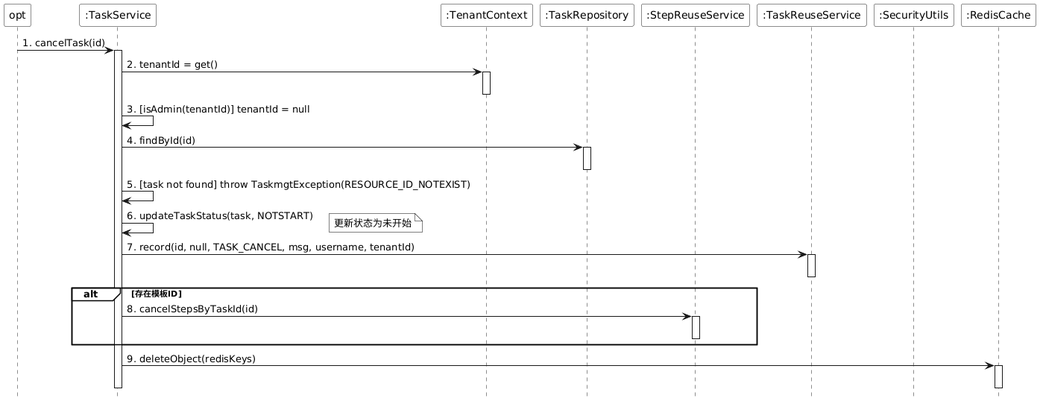
The PlantUML diagram doc/taskmgt/png/sequence/cancelTaskSequence.png in laborday922/RobotBackendManagementSystem, before a commit.
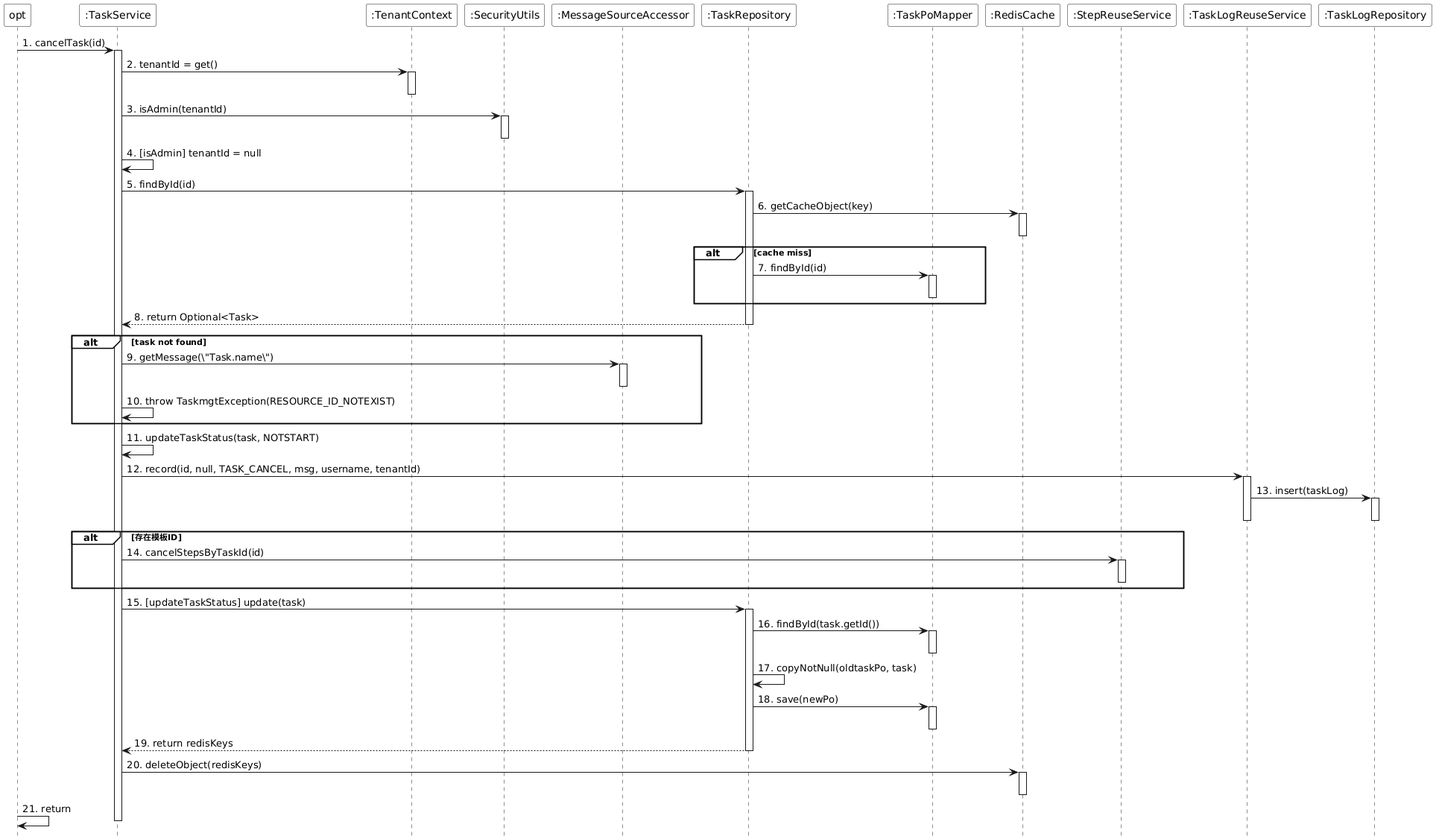
After the change.

Change to the diagram source:
```diff
@@ -11,11 +11,14 @@
 participant "opt" as opt
 participant ":TaskService" as TaskService
 participant ":TenantContext" as TenantContext
+participant ":SecurityUtils" as SecurityUtils
+participant ":MessageSourceAccessor" as MessageSource
 participant ":TaskRepository" as TaskRepository
+participant ":TaskPoMapper" as TaskPoMapper
+participant ":RedisCache" as RedisCache
 participant ":StepReuseService" as StepReuseService
-participant ":TaskReuseService" as TaskReuseService
-participant ":SecurityUtils" as SecurityUtils
-participant ":RedisCache" as RedisCache
+participant ":TaskLogReuseService" as TaskLogReuseService
+participant ":TaskLogRepository" as TaskLogRepository
 
 opt -> TaskService : 1. cancelTask(id)
 activate TaskService
@@ -23,30 +26,62 @@
 TaskService -> TenantContext : 2. tenantId = get()
 activate TenantContext
 deactivate TenantContext
-TaskService -> TaskService : 3. [isAdmin(tenantId)] tenantId = null
+TaskService -> SecurityUtils : 3. isAdmin(tenantId)
+activate SecurityUtils
+deactivate SecurityUtils
+TaskService -> TaskService : 4. [isAdmin] tenantId = null
 
-TaskService -> TaskRepository : 4. findById(id)
+TaskService -> TaskRepository : 5. findById(id)
 activate TaskRepository
+TaskRepository -> RedisCache : 6. getCacheObject(key)
+activate RedisCache
+deactivate RedisCache
+alt cache miss
+    TaskRepository -> TaskPoMapper : 7. findById(id)
+    activate TaskPoMapper
+    deactivate TaskPoMapper
+end
+TaskRepository --> TaskService : 8. return Optional<Task>
 deactivate TaskRepository
 
-TaskService -> TaskService : 5. [task not found] throw TaskmgtException(RESOURCE_ID_NOTEXIST)
+alt task not found
+    TaskService -> MessageSource : 9. getMessage(\"Task.name\")
+    activate MessageSource
+    deactivate MessageSource
+    TaskService -> TaskService : 10. throw TaskmgtException(RESOURCE_ID_NOTEXIST)
+end
 
-TaskService -> TaskService : 6. updateTaskStatus(task, NOTSTART)
-note right : 更新状态为未开始
+TaskService -> TaskService : 11. updateTaskStatus(task, NOTSTART)
 
-TaskService -> TaskReuseService : 7. record(id, null, TASK_CANCEL, msg, username, tenantId)
-activate TaskReuseService
-deactivate TaskReuseService
+TaskService -> TaskLogReuseService : 12. record(id, null, TASK_CANCEL, msg, username, tenantId)
+activate TaskLogReuseService
+TaskLogReuseService -> TaskLogRepository : 13. insert(taskLog)
+activate TaskLogRepository
+deactivate TaskLogRepository
+deactivate TaskLogReuseService
 
 alt 存在模板ID
-    TaskService -> StepReuseService : 8. cancelStepsByTaskId(id)
+    TaskService -> StepReuseService : 14. cancelStepsByTaskId(id)
     activate StepReuseService
     deactivate StepReuseService
 end
 
-TaskService -> RedisCache : 9. deleteObject(redisKeys)
+TaskService -> TaskRepository : 15. [updateTaskStatus] update(task)
+activate TaskRepository
+TaskRepository -> TaskPoMapper : 16. findById(task.getId())
+activate TaskPoMapper
+deactivate TaskPoMapper
+TaskRepository -> TaskRepository : 17. copyNotNull(oldtaskPo, task)
+TaskRepository -> TaskPoMapper : 18. save(newPo)
+activate TaskPoMapper
+deactivate TaskPoMapper
+TaskRepository --> TaskService : 19. return redisKeys
+deactivate TaskRepository
+
+TaskService -> RedisCache : 20. deleteObject(redisKeys)
 activate RedisCache
 deactivate RedisCache
 
+opt -> opt : 21. return
 deactivate TaskService
 @enduml
```
